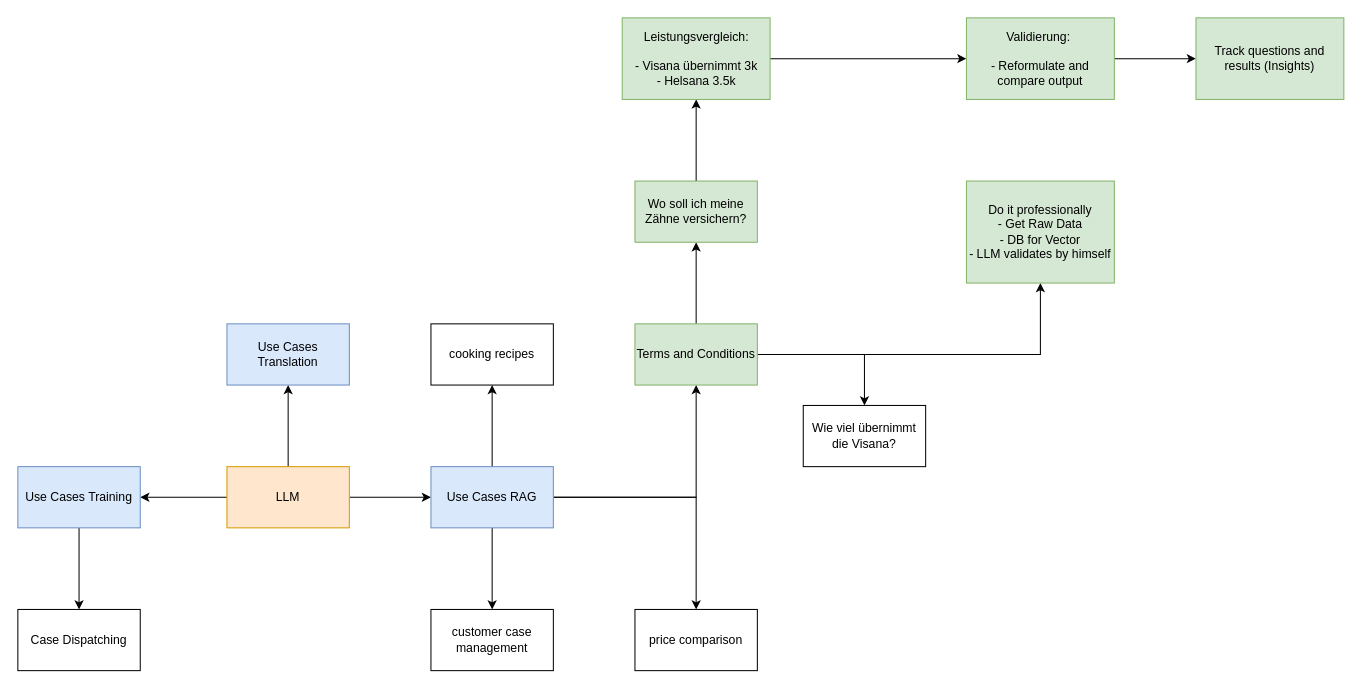
The draw.io diagram page "Idea" (1 of 3) of project/brainstorming.drawio in namarkus/BFH_CAS_AI_2024, before the edit. Source tidied: cells renumbered, new cells numbered last; positions are measured from the earlier drawing's top-left corner, leaving out a move shared by most shapes. Both pictures are drawn from the tidied source at 102%, with x=0, y=0 at pixel (17, 17).
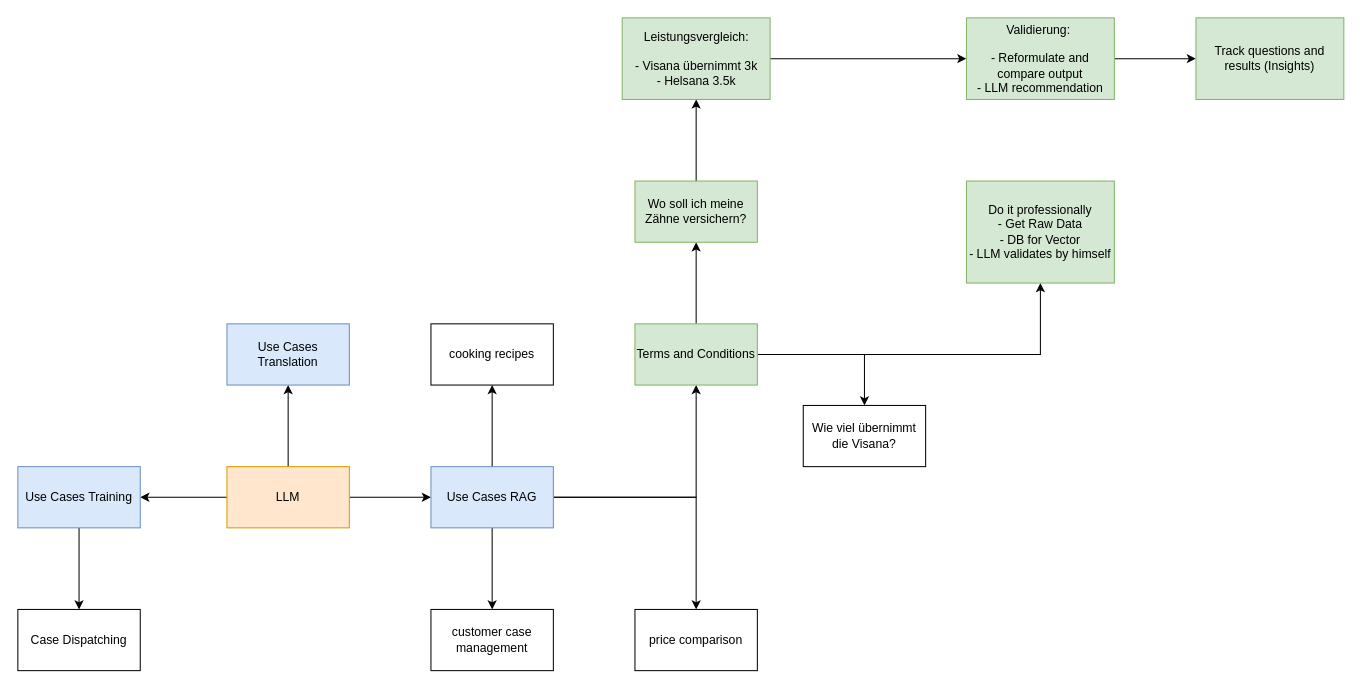
The same page after the edit.

What changed in the source:
```diff
@@
-    <mxCell id="29" value="Validierung:&amp;nbsp;&lt;br&gt;&lt;br&gt;- Reformulate and compare output" style="rounded=0;whiteSpace=wrap;html=1;fillColor=#d5e8d4;strokeColor=#82b366;" parent="1" vertex="1">
+    <mxCell id="29" value="Validierung:&amp;nbsp;&lt;br&gt;&lt;br&gt;- Reformulate and compare output&lt;br&gt;- LLM recommendation" style="rounded=0;whiteSpace=wrap;html=1;fillColor=#d5e8d4;strokeColor=#82b366;" parent="1" vertex="1">
       <mxGeometry x="930" width="145" height="80" as="geometry" />
     </mxCell>
```
